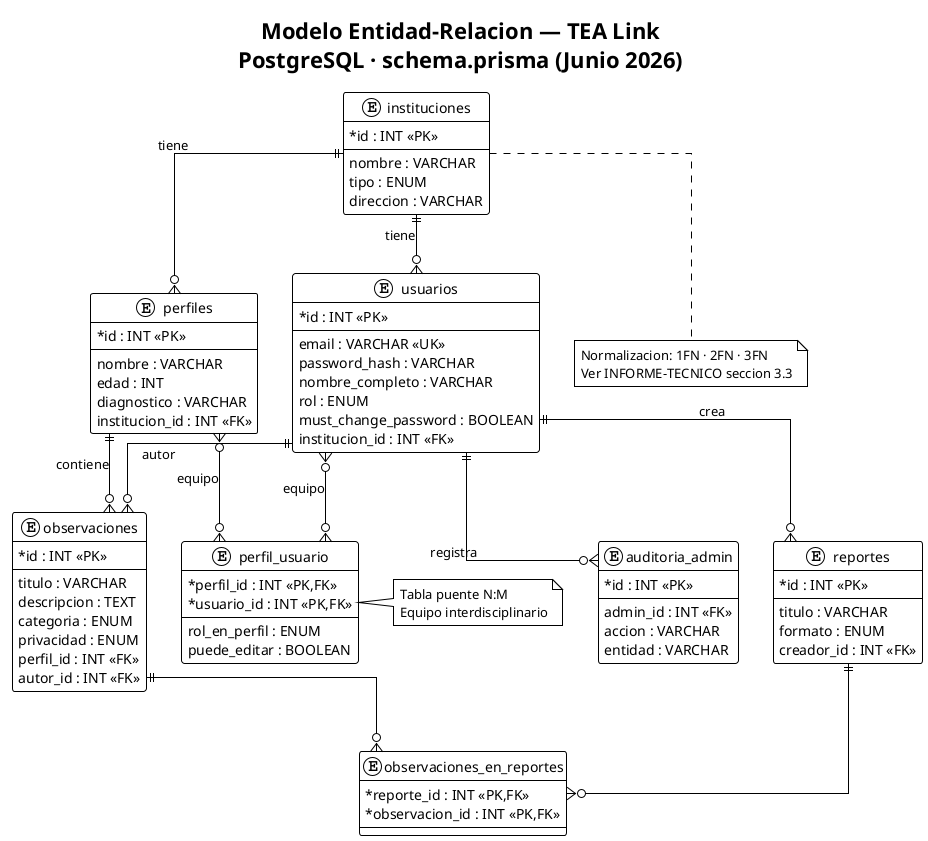
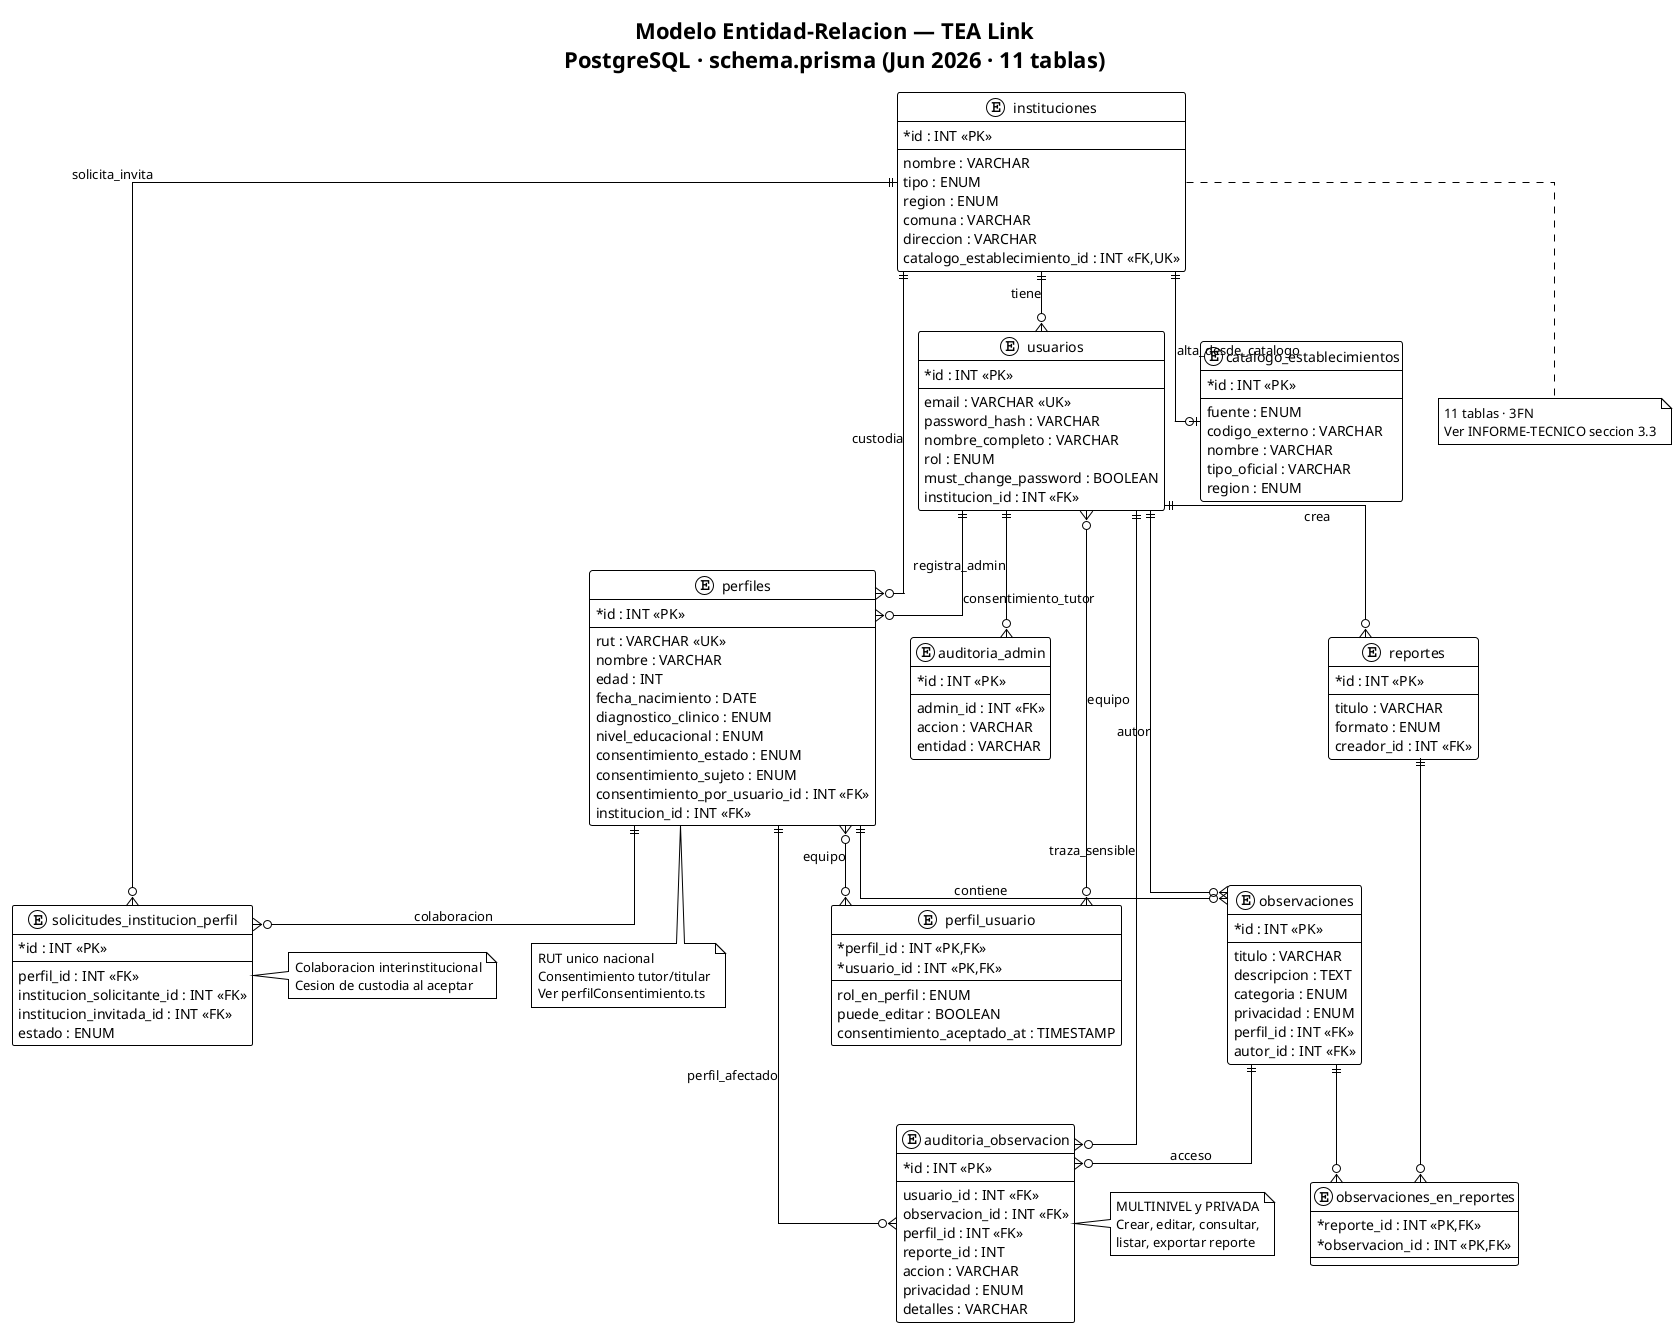
@startuml modelo-er-base-datos
!theme plain
skinparam linetype ortho
skinparam backgroundColor white
skinparam shadowing false
skinparam classAttributeIconSize 0

- title Modelo Entidad-Relacion — TEA Link\nPostgreSQL · schema.prisma (Junio 2026)
+ title Modelo Entidad-Relacion — TEA Link\nPostgreSQL · schema.prisma (Jun 2026 · 11 tablas)

entity instituciones {
  * id : INT <<PK>>
  --
  nombre : VARCHAR
  tipo : ENUM
+   region : ENUM
+   comuna : VARCHAR
  direccion : VARCHAR
+   catalogo_establecimiento_id : INT <<FK,UK>>
+ }
+ 
+ entity catalogo_establecimientos {
+   * id : INT <<PK>>
+   --
+   fuente : ENUM
+   codigo_externo : VARCHAR
+   nombre : VARCHAR
+   tipo_oficial : VARCHAR
+   region : ENUM
}

entity usuarios {
  * id : INT <<PK>>
  --
  email : VARCHAR <<UK>>
  password_hash : VARCHAR
  nombre_completo : VARCHAR
  rol : ENUM
  must_change_password : BOOLEAN
  institucion_id : INT <<FK>>
}

entity perfiles {
  * id : INT <<PK>>
  --
+   rut : VARCHAR <<UK>>
  nombre : VARCHAR
  edad : INT
-   diagnostico : VARCHAR
+   fecha_nacimiento : DATE
+   diagnostico_clinico : ENUM
+   nivel_educacional : ENUM
+   consentimiento_estado : ENUM
+   consentimiento_sujeto : ENUM
+   consentimiento_por_usuario_id : INT <<FK>>
  institucion_id : INT <<FK>>
}

entity perfil_usuario {
  * perfil_id : INT <<PK,FK>>
  * usuario_id : INT <<PK,FK>>
  --
  rol_en_perfil : ENUM
  puede_editar : BOOLEAN
+   consentimiento_aceptado_at : TIMESTAMP
+ }
+ 
+ entity solicitudes_institucion_perfil {
+   * id : INT <<PK>>
+   --
+   perfil_id : INT <<FK>>
+   institucion_solicitante_id : INT <<FK>>
+   institucion_invitada_id : INT <<FK>>
+   estado : ENUM
}

entity observaciones {
  * id : INT <<PK>>
  --
  titulo : VARCHAR
  descripcion : TEXT
  categoria : ENUM
  privacidad : ENUM
  perfil_id : INT <<FK>>
  autor_id : INT <<FK>>
}

entity reportes {
  * id : INT <<PK>>
  --
  titulo : VARCHAR
  formato : ENUM
  creador_id : INT <<FK>>
}

entity observaciones_en_reportes {
  * reporte_id : INT <<PK,FK>>
  * observacion_id : INT <<PK,FK>>
}

entity auditoria_admin {
  * id : INT <<PK>>
  --
  admin_id : INT <<FK>>
  accion : VARCHAR
  entidad : VARCHAR
}

+ entity auditoria_observacion {
+   * id : INT <<PK>>
+   --
+   usuario_id : INT <<FK>>
+   observacion_id : INT <<FK>>
+   perfil_id : INT <<FK>>
+   reporte_id : INT
+   accion : VARCHAR
+   privacidad : ENUM
+   detalles : VARCHAR
+ }
+ 
+ instituciones ||--o| catalogo_establecimientos : alta_desde_catalogo
instituciones ||--o{ usuarios : tiene
- instituciones ||--o{ perfiles : tiene
+ instituciones ||--o{ perfiles : custodia
+ usuarios ||--o{ perfiles : consentimiento_tutor
usuarios ||--o{ observaciones : autor
perfiles ||--o{ observaciones : contiene
usuarios }o--o{ perfil_usuario : equipo
perfiles }o--o{ perfil_usuario : equipo
+ perfiles ||--o{ solicitudes_institucion_perfil : colaboracion
+ instituciones ||--o{ solicitudes_institucion_perfil : solicita_invita
usuarios ||--o{ reportes : crea
reportes ||--o{ observaciones_en_reportes
observaciones ||--o{ observaciones_en_reportes
- usuarios ||--o{ auditoria_admin : registra
+ usuarios ||--o{ auditoria_admin : registra_admin
+ usuarios ||--o{ auditoria_observacion : traza_sensible
+ observaciones ||--o{ auditoria_observacion : acceso
+ perfiles ||--o{ auditoria_observacion : perfil_afectado
+ 
+ note bottom of perfiles
+   RUT unico nacional
+   Consentimiento tutor/titular
+   Ver perfilConsentimiento.ts
+ end note
+ 
+ note right of solicitudes_institucion_perfil
+   Colaboracion interinstitucional
+   Cesion de custodia al aceptar
+ end note
+ 
+ note right of auditoria_observacion
+   MULTINIVEL y PRIVADA
+   Crear, editar, consultar,
+   listar, exportar reporte
+ end note

note bottom of instituciones
-   Normalizacion: 1FN · 2FN · 3FN
+   11 tablas · 3FN
  Ver INFORME-TECNICO seccion 3.3
end note

- note right of perfil_usuario
-   Tabla puente N:M
-   Equipo interdisciplinario
- end note
- 
@enduml
